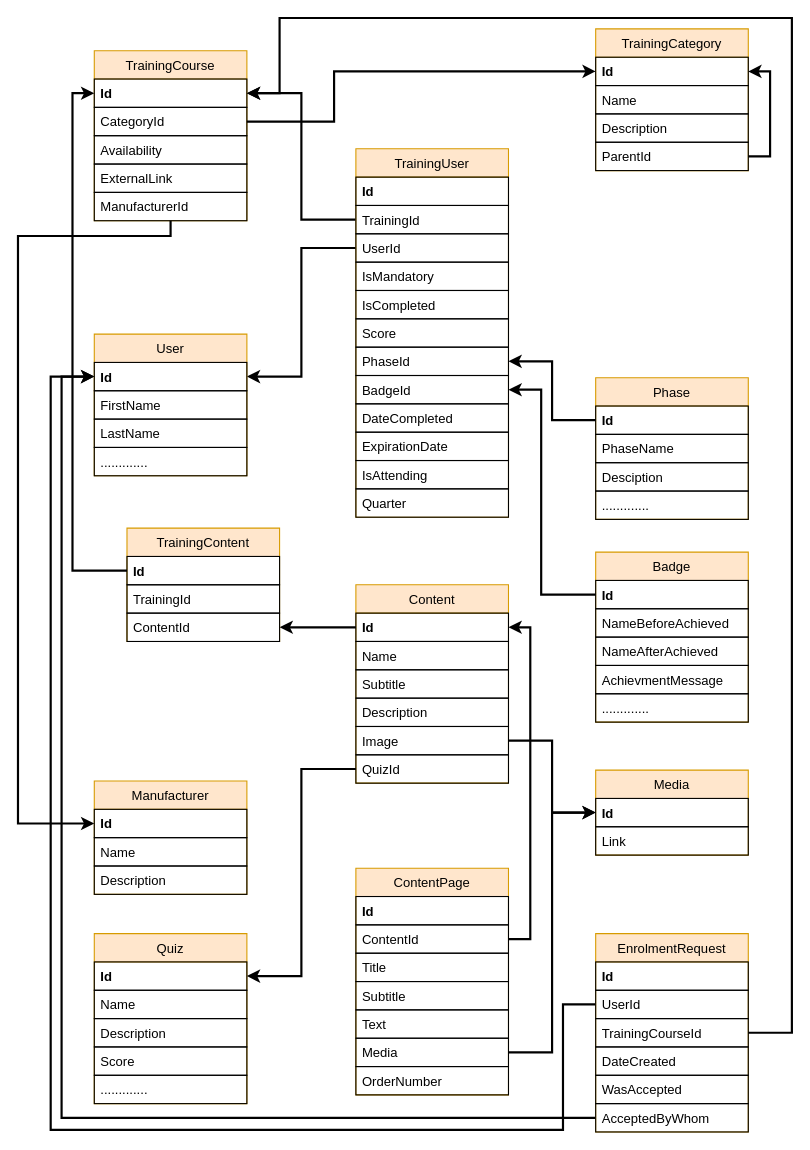
The draw.io diagram People's Development - Training Catalogue .drawio in dariusmunteanu/Diagrams, before the edit. Source tidied: cells renumbered, new cells numbered last; positions are measured from the earlier drawing's top-left corner, leaving out a move shared by most shapes. Both pictures are drawn from the tidied source at 109%, with x=0, y=0 at pixel (17, 17).
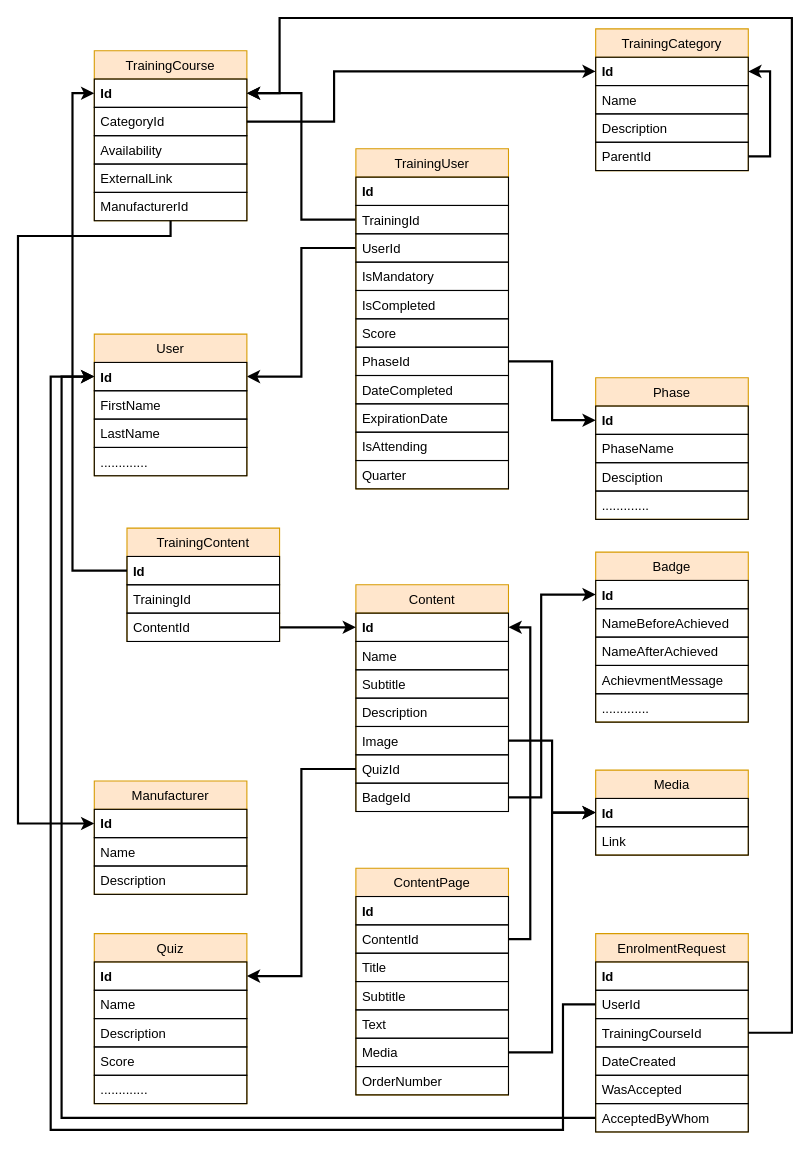
The same diagram, later.

Unchanged cells that the change refers to:
```xml
<mxCell id="11" value="Id" style="text;strokeColor=#000000;fillColor=none;align=left;verticalAlign=top;spacingLeft=4;spacingRight=4;overflow=hidden;points=[[0,0.5],[1,0.5]];portConstraint=eastwest;fontStyle=1;shadow=0;comic=0;" parent="10" vertex="1">
  <mxGeometry y="26" width="140" height="26" as="geometry" />
</mxCell>
<mxCell id="16" value="Id" style="text;strokeColor=#000000;fillColor=none;align=left;verticalAlign=top;spacingLeft=4;spacingRight=4;overflow=hidden;points=[[0,0.5],[1,0.5]];portConstraint=eastwest;fontStyle=1;shadow=0;comic=0;" parent="15" vertex="1">
  <mxGeometry y="26" width="140" height="26" as="geometry" />
</mxCell>
<mxCell id="35" value="PhaseId" style="text;strokeColor=#000000;fillColor=none;align=left;verticalAlign=top;spacingLeft=4;spacingRight=4;overflow=hidden;points=[[0,0.5],[1,0.5]];portConstraint=eastwest;shadow=0;comic=0;" parent="28" vertex="1">
  <mxGeometry y="182" width="140" height="26" as="geometry" />
</mxCell>
<mxCell id="60" value="Id" style="text;strokeColor=#000000;fillColor=none;align=left;verticalAlign=top;spacingLeft=4;spacingRight=4;overflow=hidden;points=[[0,0.5],[1,0.5]];portConstraint=eastwest;fontStyle=1;shadow=0;comic=0;" parent="59" vertex="1">
  <mxGeometry y="26" width="140" height="26" as="geometry" />
</mxCell>
<mxCell id="73" value="ContentId" style="text;strokeColor=#000000;fillColor=none;align=left;verticalAlign=top;spacingLeft=4;spacingRight=4;overflow=hidden;points=[[0,0.5],[1,0.5]];portConstraint=eastwest;shadow=0;comic=0;fontStyle=0;" parent="70" vertex="1">
  <mxGeometry y="78" width="140" height="26" as="geometry" />
</mxCell>
```

Change to the diagram source:
```diff
@@
-    <mxCell id="21" style="edgeStyle=orthogonalEdgeStyle;rounded=0;jettySize=auto;html=1;entryX=1;entryY=0.5;entryDx=0;entryDy=0;strokeWidth=2;shadow=0;comic=0;" parent="1" edge="1" source="16" target="36">
-      <mxGeometry relative="1" as="geometry">
-        <Array as="points">
-          <mxPoint x="480" y="529" />
-          <mxPoint x="480" y="341" />
-        </Array>
-      </mxGeometry>
-    </mxCell>
@@
     <mxCell id="28" value="TrainingUser" style="swimlane;fontStyle=0;horizontal=1;startSize=26;fillColor=#ffe6cc;shadow=0;comic=0;glass=0;rounded=0;swimlaneFillColor=none;strokeColor=#d79b00;" parent="1" vertex="1">
-      <mxGeometry x="310" y="120" width="140" height="338" as="geometry" />
+      <mxGeometry x="310" y="120" width="140" height="312" as="geometry" />
     </mxCell>
@@
-    <mxCell id="36" value="BadgeId" style="text;strokeColor=#000000;fillColor=none;align=left;verticalAlign=top;spacingLeft=4;spacingRight=4;overflow=hidden;points=[[0,0.5],[1,0.5]];portConstraint=eastwest;shadow=0;comic=0;" parent="28" vertex="1">
-      <mxGeometry y="208" width="140" height="26" as="geometry" />
-    </mxCell>
     <mxCell id="37" value="DateCompleted" style="text;strokeColor=#000000;fillColor=none;align=left;verticalAlign=top;spacingLeft=4;spacingRight=4;overflow=hidden;shadow=0;comic=0;" parent="28" vertex="1">
-      <mxGeometry y="234" width="140" height="26" as="geometry" />
+      <mxGeometry y="208" width="140" height="26" as="geometry" />
     </mxCell>
     <mxCell id="38" value="ExpirationDate" style="text;strokeColor=#000000;fillColor=none;align=left;verticalAlign=top;spacingLeft=4;spacingRight=4;overflow=hidden;shadow=0;comic=0;" parent="28" vertex="1">
-      <mxGeometry y="260" width="140" height="26" as="geometry" />
+      <mxGeometry y="234" width="140" height="26" as="geometry" />
     </mxCell>
     <mxCell id="39" value="IsAttending" style="text;strokeColor=#000000;fillColor=none;align=left;verticalAlign=top;spacingLeft=4;spacingRight=4;overflow=hidden;shadow=0;comic=0;" parent="28" vertex="1">
-      <mxGeometry y="286" width="140" height="26" as="geometry" />
+      <mxGeometry y="260" width="140" height="26" as="geometry" />
     </mxCell>
     <mxCell id="40" value="Quarter" style="text;strokeColor=#000000;fillColor=none;align=left;verticalAlign=top;spacingLeft=4;spacingRight=4;overflow=hidden;shadow=0;comic=0;" parent="28" vertex="1">
-      <mxGeometry y="312" width="140" height="26" as="geometry" />
+      <mxGeometry y="286" width="140" height="26" as="geometry" />
     </mxCell>
-    <mxCell id="41" style="edgeStyle=orthogonalEdgeStyle;rounded=0;comic=0;jettySize=auto;html=1;entryX=1;entryY=0.5;entryDx=0;entryDy=0;shadow=0;strokeWidth=2;" parent="1" edge="1" source="11" target="35">
+    <mxCell id="41" style="edgeStyle=orthogonalEdgeStyle;rounded=0;comic=0;jettySize=auto;html=1;entryX=1;entryY=0.5;entryDx=0;entryDy=0;shadow=0;strokeWidth=2;startArrow=classic;startFill=1;endArrow=none;endFill=0;" parent="1" edge="1" source="11" target="35">
       <mxGeometry relative="1" as="geometry" />
     </mxCell>
@@
     <mxCell id="59" value="Content" style="swimlane;fontStyle=0;horizontal=1;startSize=26;fillColor=#ffe6cc;shadow=0;comic=0;glass=0;rounded=0;swimlaneFillColor=none;strokeColor=#d79b00;" parent="1" vertex="1">
-      <mxGeometry x="310" y="520" width="140" height="182" as="geometry" />
+      <mxGeometry x="310" y="520" width="140" height="208" as="geometry" />
     </mxCell>
@@
+    <mxCell id="36" value="BadgeId" style="text;strokeColor=#000000;fillColor=none;align=left;verticalAlign=top;spacingLeft=4;spacingRight=4;overflow=hidden;points=[[0,0.5],[1,0.5]];portConstraint=eastwest;shadow=0;comic=0;" parent="59" vertex="1">
+      <mxGeometry y="182" width="140" height="26" as="geometry" />
+    </mxCell>
@@
-    <mxCell id="69" style="edgeStyle=orthogonalEdgeStyle;rounded=0;jettySize=auto;html=1;exitX=0;exitY=0.5;exitDx=0;exitDy=0;entryX=1;entryY=0.5;entryDx=0;entryDy=0;strokeWidth=2;" parent="1" edge="1" source="60" target="73">
+    <mxCell id="69" style="edgeStyle=orthogonalEdgeStyle;rounded=0;jettySize=auto;html=1;exitX=0;exitY=0.5;exitDx=0;exitDy=0;entryX=1;entryY=0.5;entryDx=0;entryDy=0;strokeWidth=2;startArrow=classic;startFill=1;endArrow=none;endFill=0;" parent="1" edge="1" source="60" target="73">
       <mxGeometry relative="1" as="geometry" />
     </mxCell>
@@
+    <mxCell id="97" style="edgeStyle=orthogonalEdgeStyle;rounded=0;jettySize=auto;html=1;entryX=0;entryY=0.5;entryDx=0;entryDy=0;strokeWidth=2;" parent="1" edge="1" source="36" target="16">
+      <mxGeometry relative="1" as="geometry">
+        <Array as="points">
+          <mxPoint x="480" y="715" />
+          <mxPoint x="480" y="529" />
+        </Array>
+      </mxGeometry>
+    </mxCell>
```
